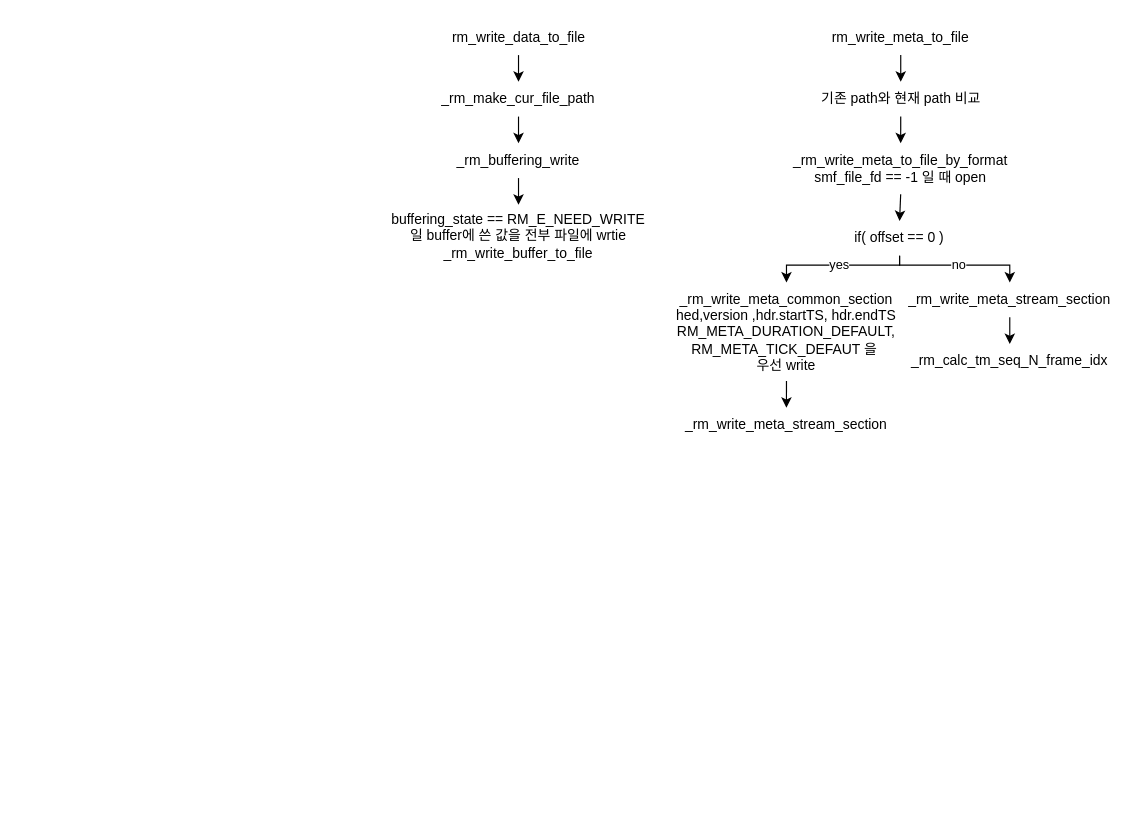
JaeHyeon774/NEWTIL keeps this draw.io diagram as 제목 없는 다이어그램.drawio. Above is the earlier version. Source tidied: cells renumbered, new cells numbered last; positions are measured from the earlier drawing's top-left corner, leaving out a move shared by most shapes. Both pictures are drawn from the tidied source at 116%, with x=0, y=0 at pixel (376, 20).
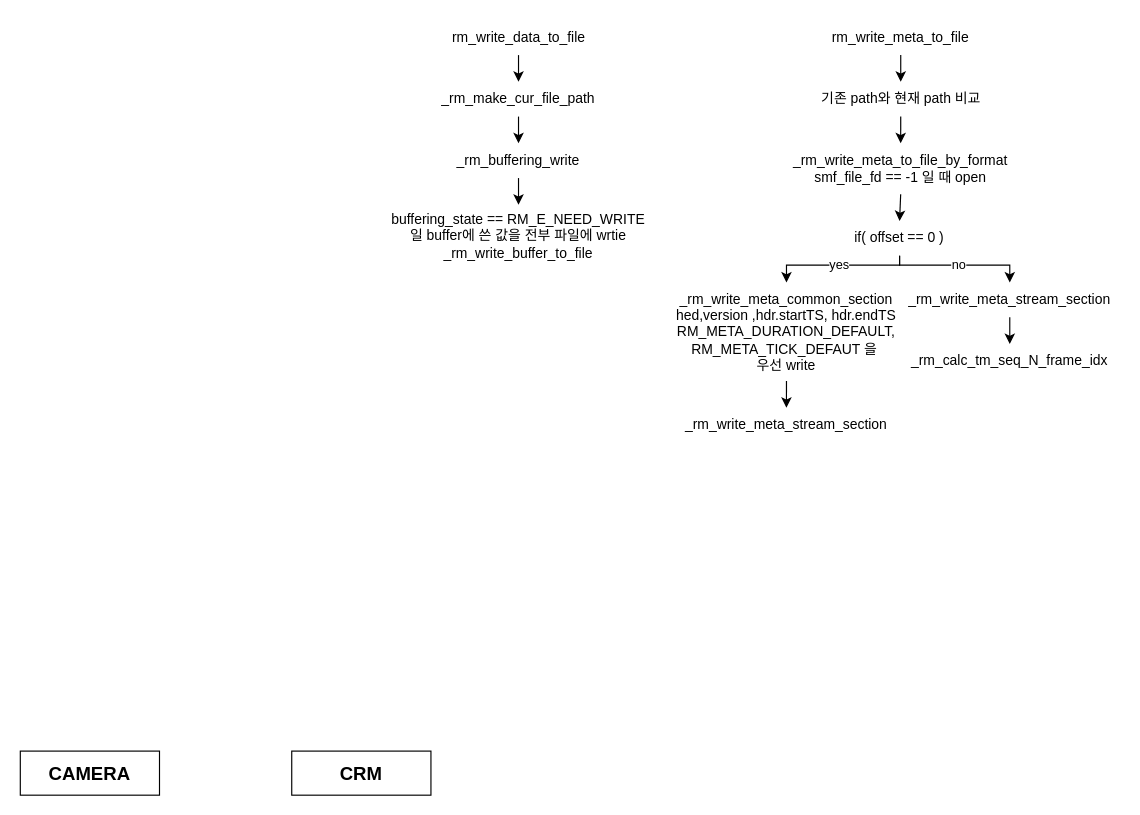
The same page after the edit.

Commit message:
제목 없는 다이어그램.drawio 업데이트

Change to the diagram source:
```diff
@@
+    <mxCell id="24" value="&lt;font style=&quot;font-size: 16px;&quot;&gt;&lt;b&gt;CAMERA&lt;/b&gt;&lt;/font&gt;" style="rounded=0;whiteSpace=wrap;html=1;" parent="1" vertex="1">
+      <mxGeometry x="-307" y="630" width="120" height="38" as="geometry" />
+    </mxCell>
+    <mxCell id="25" value="&lt;font style=&quot;font-size: 16px;&quot;&gt;&lt;b&gt;CRM&lt;br&gt;&lt;/b&gt;&lt;/font&gt;" style="rounded=0;whiteSpace=wrap;html=1;" parent="1" vertex="1">
+      <mxGeometry x="-73" y="630" width="120" height="38" as="geometry" />
+    </mxCell>
```
